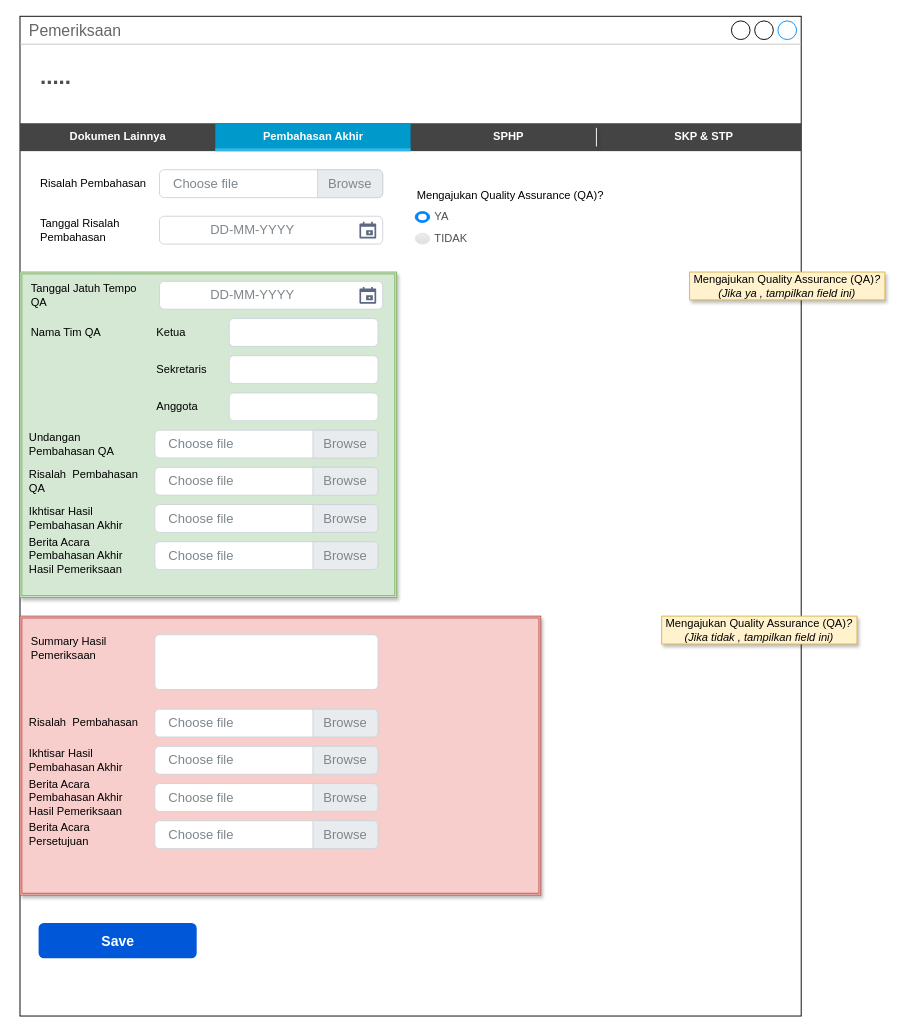
Earlier version of the draw.io diagram page "2.1 Pemeriksaan_PA" (9 of 21) of TAMS.drawio (prasetyodavid/TAMS). Source tidied: cells renumbered, new cells numbered last; positions are measured from the earlier drawing's top-left corner, leaving out a move shared by most shapes. Both pictures are drawn from the tidied source at 93%, with x=0, y=0 at pixel (20, 16).
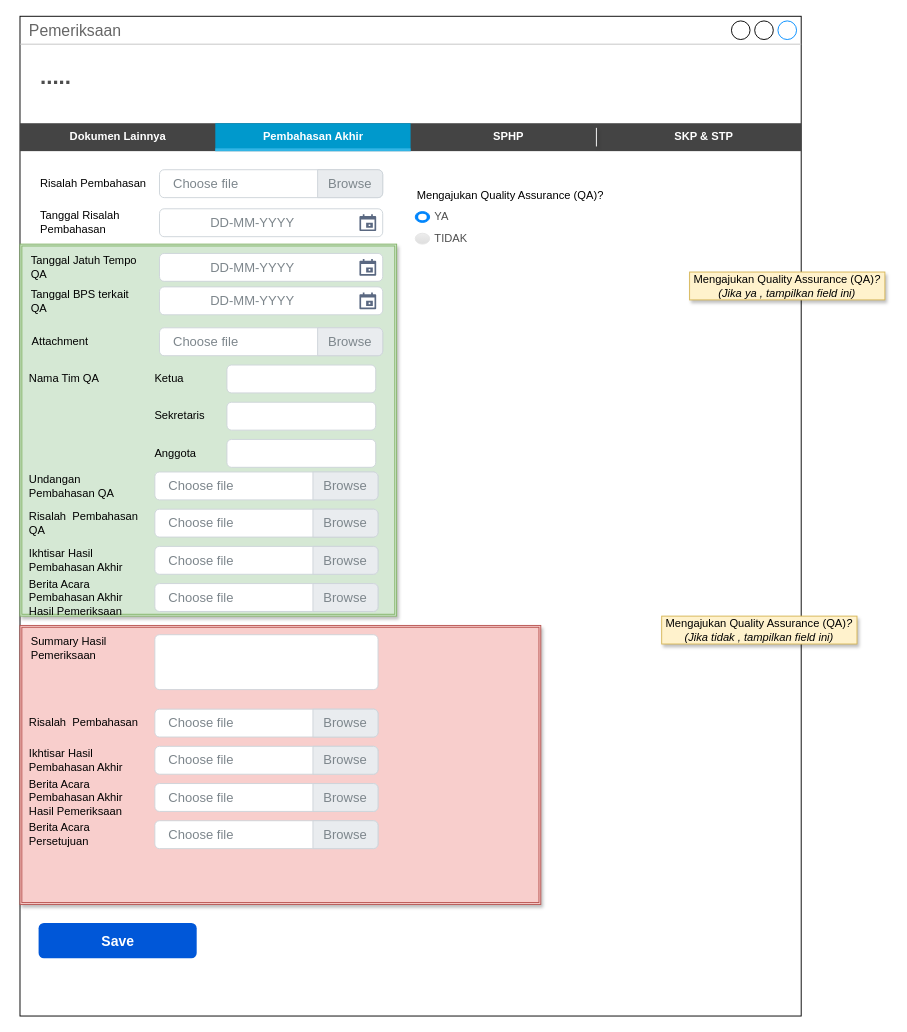
The same page after the edit.

The edit, as a diff of the source:
```diff
@@
     <mxCell id="14" value="Tanggal Risalah Pembahasan" style="text;html=1;strokeColor=none;fillColor=none;align=left;verticalAlign=middle;whiteSpace=wrap;rounded=0;fontColor=default;" parent="1" vertex="1">
-      <mxGeometry x="20" y="215" width="115" height="30" as="geometry" />
+      <mxGeometry x="20" y="207" width="115" height="30" as="geometry" />
     </mxCell>
     <mxCell id="15" style="group;" parent="1" vertex="1">
-      <mxGeometry x="150" y="215" width="240" height="30" as="geometry" />
+      <mxGeometry x="150" y="207" width="240" height="30" as="geometry" />
     </mxCell>
@@
     <mxCell id="22" style="shape=ext;double=1;rounded=0;whiteSpace=wrap;html=1;shadow=1;strokeColor=#82b366;strokeWidth=1;fillColor=#d5e8d4;" parent="1" vertex="1">
-      <mxGeometry y="275" width="405" height="350" as="geometry" />
+      <mxGeometry y="245" width="405" height="400" as="geometry" />
     </mxCell>
@@
-    <mxCell id="24" value="Tanggal Jatuh Tempo QA" style="text;html=1;strokeColor=none;fillColor=none;align=left;verticalAlign=middle;whiteSpace=wrap;rounded=0;fontColor=default;" parent="1" vertex="1">
-      <mxGeometry x="10" y="285" width="120" height="30" as="geometry" />
+    <mxCell id="24" value="Tanggal BPS terkait QA" style="text;html=1;strokeColor=none;fillColor=none;align=left;verticalAlign=middle;whiteSpace=wrap;rounded=0;fontColor=default;" parent="1" vertex="1">
+      <mxGeometry x="10" y="291" width="120" height="30" as="geometry" />
     </mxCell>
     <mxCell id="25" style="group;" parent="1" vertex="1">
-      <mxGeometry x="150" y="285" width="240" height="30" as="geometry" />
+      <mxGeometry x="150" y="291" width="240" height="30" as="geometry" />
     </mxCell>
@@
     <mxCell id="28" style="html=1;shadow=0;dashed=0;shape=mxgraph.bootstrap.rrect;rSize=5;strokeColor=#CED4DA;html=1;whiteSpace=wrap;fillColor=#FFFFFF;fontColor=#7D868C;align=left;spacing=15;spacingLeft=40;fontSize=14;" parent="1" vertex="1">
-      <mxGeometry x="225" y="325" width="160" height="30" as="geometry" />
+      <mxGeometry x="222.5" y="375" width="160" height="30" as="geometry" />
     </mxCell>
     <mxCell id="29" style="html=1;shadow=0;dashed=0;shape=mxgraph.bootstrap.rrect;rSize=5;strokeColor=#CED4DA;html=1;whiteSpace=wrap;fillColor=#FFFFFF;fontColor=#7D868C;align=left;spacing=15;spacingLeft=40;fontSize=14;" parent="1" vertex="1">
-      <mxGeometry x="225" y="365" width="160" height="30" as="geometry" />
+      <mxGeometry x="222.5" y="415" width="160" height="30" as="geometry" />
     </mxCell>
     <mxCell id="30" style="html=1;shadow=0;dashed=0;shape=mxgraph.bootstrap.rrect;rSize=5;strokeColor=#CED4DA;html=1;whiteSpace=wrap;fillColor=#FFFFFF;fontColor=#7D868C;align=left;spacing=15;spacingLeft=40;fontSize=14;" parent="1" vertex="1">
-      <mxGeometry x="225" y="405" width="160" height="30" as="geometry" />
+      <mxGeometry x="222.5" y="455" width="160" height="30" as="geometry" />
     </mxCell>
     <mxCell id="31" value="Ketua" style="text;html=1;strokeColor=none;fillColor=none;align=left;verticalAlign=middle;whiteSpace=wrap;rounded=0;fontColor=default;" parent="1" vertex="1">
-      <mxGeometry x="145" y="325" width="120" height="30" as="geometry" />
+      <mxGeometry x="142.5" y="375" width="120" height="30" as="geometry" />
     </mxCell>
     <mxCell id="32" value="Sekretaris" style="text;html=1;strokeColor=none;fillColor=none;align=left;verticalAlign=middle;whiteSpace=wrap;rounded=0;fontColor=default;" parent="1" vertex="1">
-      <mxGeometry x="145" y="365" width="120" height="30" as="geometry" />
+      <mxGeometry x="142.5" y="415" width="120" height="30" as="geometry" />
     </mxCell>
     <mxCell id="33" value="Anggota" style="text;html=1;strokeColor=none;fillColor=none;align=left;verticalAlign=middle;whiteSpace=wrap;rounded=0;fontColor=default;" parent="1" vertex="1">
-      <mxGeometry x="145" y="405" width="120" height="30" as="geometry" />
+      <mxGeometry x="142.5" y="455" width="120" height="30" as="geometry" />
     </mxCell>
     <mxCell id="34" value="Nama Tim QA" style="text;html=1;strokeColor=none;fillColor=none;align=left;verticalAlign=middle;whiteSpace=wrap;rounded=0;fontColor=default;" parent="1" vertex="1">
-      <mxGeometry x="10" y="325" width="115" height="30" as="geometry" />
+      <mxGeometry x="7.5" y="375" width="115" height="30" as="geometry" />
     </mxCell>
     <mxCell id="35" value="Undangan Pembahasan QA" style="text;html=1;strokeColor=none;fillColor=none;align=left;verticalAlign=middle;whiteSpace=wrap;rounded=0;fontColor=default;" parent="1" vertex="1">
-      <mxGeometry x="7.5" y="445" width="120" height="30" as="geometry" />
+      <mxGeometry x="7.5" y="490" width="120" height="30" as="geometry" />
     </mxCell>
     <mxCell id="36" value="Choose file" style="html=1;shadow=0;dashed=0;shape=mxgraph.bootstrap.rrect;rSize=5;strokeColor=#CED4DA;html=1;whiteSpace=wrap;fillColor=#FFFFFF;fontColor=#7D868C;align=left;spacingLeft=0;spacing=15;fontSize=14;" parent="1" vertex="1">
-      <mxGeometry x="145" y="445" width="240" height="30" as="geometry" />
+      <mxGeometry x="145" y="490" width="240" height="30" as="geometry" />
     </mxCell>
@@
     <mxCell id="38" value="Risalah&amp;nbsp; Pembahasan QA" style="text;html=1;strokeColor=none;fillColor=none;align=left;verticalAlign=middle;whiteSpace=wrap;rounded=0;fontColor=default;" parent="1" vertex="1">
-      <mxGeometry x="7.5" y="485" width="120" height="30" as="geometry" />
+      <mxGeometry x="7.5" y="530" width="120" height="30" as="geometry" />
     </mxCell>
     <mxCell id="39" value="Choose file" style="html=1;shadow=0;dashed=0;shape=mxgraph.bootstrap.rrect;rSize=5;strokeColor=#CED4DA;html=1;whiteSpace=wrap;fillColor=#FFFFFF;fontColor=#7D868C;align=left;spacingLeft=0;spacing=15;fontSize=14;" parent="1" vertex="1">
-      <mxGeometry x="145" y="485" width="240" height="30" as="geometry" />
+      <mxGeometry x="145" y="530" width="240" height="30" as="geometry" />
     </mxCell>
@@
     <mxCell id="41" value="Ikhtisar Hasil Pembahasan Akhir" style="text;html=1;strokeColor=none;fillColor=none;align=left;verticalAlign=middle;whiteSpace=wrap;rounded=0;fontColor=default;" parent="1" vertex="1">
-      <mxGeometry x="7.5" y="525" width="120" height="30" as="geometry" />
+      <mxGeometry x="7.5" y="570" width="120" height="30" as="geometry" />
     </mxCell>
     <mxCell id="42" value="Choose file" style="html=1;shadow=0;dashed=0;shape=mxgraph.bootstrap.rrect;rSize=5;strokeColor=#CED4DA;html=1;whiteSpace=wrap;fillColor=#FFFFFF;fontColor=#7D868C;align=left;spacingLeft=0;spacing=15;fontSize=14;" parent="1" vertex="1">
-      <mxGeometry x="145" y="525" width="240" height="30" as="geometry" />
+      <mxGeometry x="145" y="570" width="240" height="30" as="geometry" />
     </mxCell>
@@
     <mxCell id="44" value="Berita Acara Pembahasan Akhir Hasil Pemeriksaan" style="text;html=1;strokeColor=none;fillColor=none;align=left;verticalAlign=middle;whiteSpace=wrap;rounded=0;fontColor=default;" parent="1" vertex="1">
-      <mxGeometry x="7.5" y="565" width="120" height="30" as="geometry" />
+      <mxGeometry x="7.5" y="610" width="120" height="30" as="geometry" />
     </mxCell>
     <mxCell id="45" value="Choose file" style="html=1;shadow=0;dashed=0;shape=mxgraph.bootstrap.rrect;rSize=5;strokeColor=#CED4DA;html=1;whiteSpace=wrap;fillColor=#FFFFFF;fontColor=#7D868C;align=left;spacingLeft=0;spacing=15;fontSize=14;" parent="1" vertex="1">
-      <mxGeometry x="145" y="565" width="240" height="30" as="geometry" />
+      <mxGeometry x="145" y="610" width="240" height="30" as="geometry" />
     </mxCell>
@@
     <mxCell id="47" style="shape=ext;double=1;rounded=0;whiteSpace=wrap;html=1;shadow=1;strokeColor=#b85450;strokeWidth=1;fillColor=#f8cecc;" parent="1" vertex="1">
-      <mxGeometry y="645" width="560" height="300" as="geometry" />
+      <mxGeometry y="655" width="560" height="300" as="geometry" />
     </mxCell>
@@
+    <mxCell id="64" style="group;" parent="1" vertex="1">
+      <mxGeometry x="150" y="255" width="240" height="30" as="geometry" />
+    </mxCell>
+    <mxCell id="65" value="DD-MM-YYYY" style="html=1;shadow=0;dashed=0;shape=mxgraph.bootstrap.rrect;rSize=5;strokeColor=#CED4DA;html=1;whiteSpace=wrap;fillColor=#FFFFFF;fontColor=#7D868C;align=left;spacing=15;spacingLeft=40;fontSize=14;" parent="64" vertex="1">
+      <mxGeometry width="240" height="30" as="geometry" />
+    </mxCell>
+    <mxCell id="66" style="shape=mxgraph.gmdl.calendar;fillColor=#5A6881;strokeColor=none;sketch=0;hachureGap=4;fontFamily=Architects Daughter;fontSize=20;fontColor=default;html=1;" parent="64" vertex="1">
+      <mxGeometry x="215" y="6" width="18" height="18" as="geometry" />
+    </mxCell>
+    <mxCell id="67" value="Tanggal Jatuh Tempo QA" style="text;html=1;strokeColor=none;fillColor=none;align=left;verticalAlign=middle;whiteSpace=wrap;rounded=0;fontColor=default;" parent="1" vertex="1">
+      <mxGeometry x="10" y="255" width="120" height="30" as="geometry" />
+    </mxCell>
+    <mxCell id="68" value="Attachment" style="text;html=1;strokeColor=none;fillColor=none;align=left;verticalAlign=middle;whiteSpace=wrap;rounded=0;fontColor=default;" parent="1" vertex="1">
+      <mxGeometry x="10.5" y="335" width="120" height="30" as="geometry" />
+    </mxCell>
+    <mxCell id="69" value="Choose file" style="html=1;shadow=0;dashed=0;shape=mxgraph.bootstrap.rrect;rSize=5;strokeColor=#CED4DA;html=1;whiteSpace=wrap;fillColor=#FFFFFF;fontColor=#7D868C;align=left;spacingLeft=0;spacing=15;fontSize=14;" parent="1" vertex="1">
+      <mxGeometry x="150" y="335" width="240" height="30" as="geometry" />
+    </mxCell>
+    <mxCell id="70" value="Browse" style="html=1;shadow=0;dashed=0;shape=mxgraph.bootstrap.rightButton;strokeColor=inherit;gradientColor=inherit;fontColor=inherit;fillColor=#E9ECEF;rSize=5;perimeter=none;whiteSpace=wrap;fontSize=14;" parent="69" vertex="1">
+      <mxGeometry x="1" width="70" height="30" relative="1" as="geometry">
+        <mxPoint x="-70" as="offset" />
+      </mxGeometry>
+    </mxCell>
```
